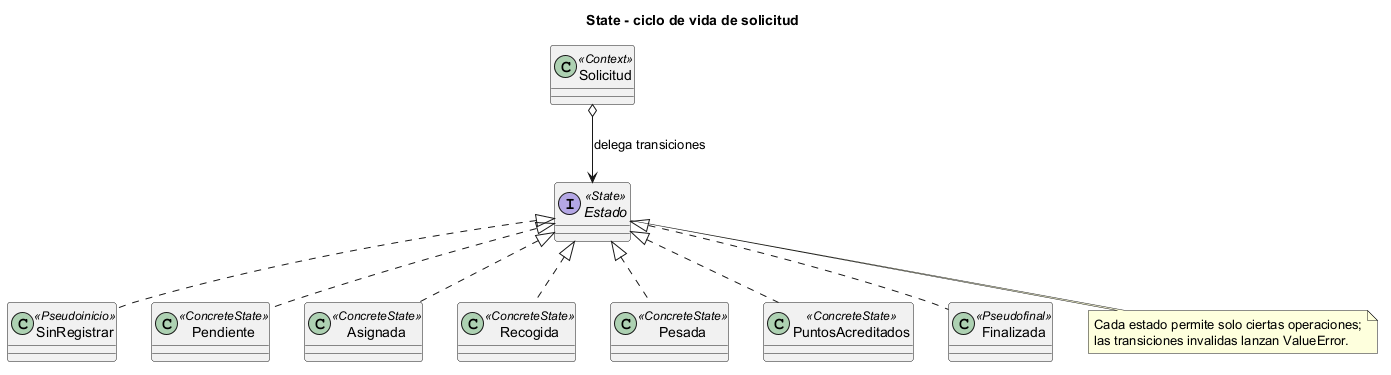
This is docs/design/patrones/img/state.png from SharonCondoriUNSA/cs-2026b-lab04-grupo10, a PlantUML export, as it was before one commit. Source of this version:
```plantuml
@startuml state
title State - ciclo de vida de solicitud
class Solicitud <<Context>>
interface Estado <<State>>
class SinRegistrar <<Pseudoinicio>>
class Pendiente <<ConcreteState>>
class Asignada <<ConcreteState>>
class Recogida <<ConcreteState>>
class Pesada <<ConcreteState>>
class PuntosAcreditados <<ConcreteState>>
class Finalizada <<Pseudofinal>>
Estado <|.. SinRegistrar
Estado <|.. Pendiente
Estado <|.. Asignada
Estado <|.. Recogida
Estado <|.. Pesada
Estado <|.. PuntosAcreditados
Estado <|.. Finalizada
Solicitud o--> Estado : delega transiciones
note bottom of Estado
Cada estado permite solo ciertas operaciones;
las transiciones invalidas lanzan ValueError.
end note
@enduml
```
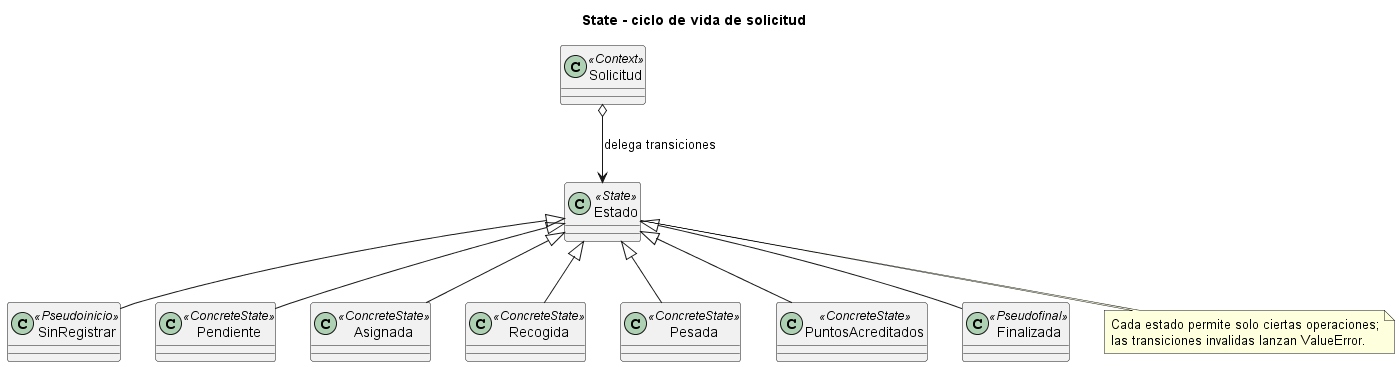
The same diagram one commit later.

Diff of the diagram source:
```diff
@@ -1,7 +1,7 @@
 @startuml state
 title State - ciclo de vida de solicitud
 class Solicitud <<Context>>
-interface Estado <<State>>
+class Estado <<State>>
 class SinRegistrar <<Pseudoinicio>>
 class Pendiente <<ConcreteState>>
 class Asignada <<ConcreteState>>
@@ -9,13 +9,13 @@
 class Pesada <<ConcreteState>>
 class PuntosAcreditados <<ConcreteState>>
 class Finalizada <<Pseudofinal>>
-Estado <|.. SinRegistrar
-Estado <|.. Pendiente
-Estado <|.. Asignada
-Estado <|.. Recogida
-Estado <|.. Pesada
-Estado <|.. PuntosAcreditados
-Estado <|.. Finalizada
+Estado <|-- SinRegistrar
+Estado <|-- Pendiente
+Estado <|-- Asignada
+Estado <|-- Recogida
+Estado <|-- Pesada
+Estado <|-- PuntosAcreditados
+Estado <|-- Finalizada
 Solicitud o--> Estado : delega transiciones
 note bottom of Estado
 Cada estado permite solo ciertas operaciones;
```
